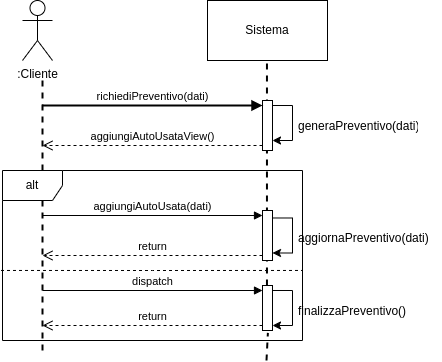
The draw.io diagram doc/preventivoSD.png in 446f6e6e79/ConfiguratoreAuto, before a commit. Source tidied: cells renumbered, new cells last; positions are measured from the earlier drawing's top-left corner, leaving out a move shared by most shapes.
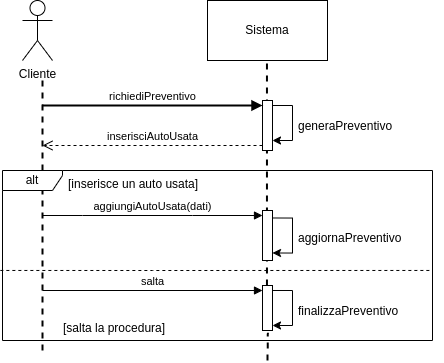
Above is the later version.

What changed in the source:
```diff
@@ -2,7 +2,7 @@
   <root>
     <mxCell id="0" />
     <mxCell id="1" parent="0" />
-    <mxCell id="2" value=":Cliente" style="shape=umlActor;verticalLabelPosition=bottom;verticalAlign=top;html=1;" parent="1" vertex="1">
+    <mxCell id="2" value="Cliente" style="shape=umlActor;verticalLabelPosition=bottom;verticalAlign=top;html=1;" parent="1" vertex="1">
       <mxGeometry x="20" width="30" height="60" as="geometry" />
     </mxCell>
     <mxCell id="3" value="Sistema" style="rounded=0;whiteSpace=wrap;html=1;" parent="1" vertex="1">
@@ -30,21 +30,21 @@
     <mxCell id="7" style="html=1;points=[[0,0,0,0,5],[0,1,0,0,-5],[1,0,0,0,5],[1,1,0,0,-5]];perimeter=orthogonalPerimeter;outlineConnect=0;targetShapes=umlLifeline;portConstraint=eastwest;newEdgeStyle={&quot;curved&quot;:0,&quot;rounded&quot;:0};" parent="1" vertex="1">
       <mxGeometry x="260" y="100" width="10" height="50" as="geometry" />
     </mxCell>
-    <mxCell id="8" value="richiediPreventivo(dati)" style="html=1;verticalAlign=bottom;endArrow=block;curved=0;rounded=0;entryX=0;entryY=0;entryDx=0;entryDy=5;strokeWidth=2;" parent="1" edge="1" target="7">
+    <mxCell id="8" value="richiediPreventivo" style="html=1;verticalAlign=bottom;endArrow=block;curved=0;rounded=0;entryX=0;entryY=0;entryDx=0;entryDy=5;strokeWidth=2;" parent="1" edge="1" target="7">
       <mxGeometry relative="1" as="geometry">
         <mxPoint x="40" y="105" as="sourcePoint" />
       </mxGeometry>
     </mxCell>
-    <mxCell id="9" value="aggiungiAutoUsataView()" style="html=1;verticalAlign=bottom;endArrow=open;dashed=1;endSize=8;curved=0;rounded=0;exitX=0;exitY=1;exitDx=0;exitDy=-5;" parent="1" edge="1" source="7">
+    <mxCell id="9" value="inserisciAutoUsata" style="html=1;verticalAlign=bottom;endArrow=open;dashed=1;endSize=8;curved=0;rounded=0;exitX=0;exitY=1;exitDx=0;exitDy=-5;" parent="1" edge="1" source="7">
       <mxGeometry relative="1" as="geometry">
         <mxPoint x="40" y="145" as="targetPoint" />
       </mxGeometry>
     </mxCell>
-    <mxCell id="10" value="generaPreventivo(dati)" style="text;strokeColor=none;fillColor=none;align=left;verticalAlign=top;spacingLeft=4;spacingRight=4;overflow=hidden;whiteSpace=wrap;html=1;" parent="1" vertex="1">
+    <mxCell id="10" value="generaPreventivo" style="text;strokeColor=none;fillColor=none;align=left;verticalAlign=top;spacingLeft=4;spacingRight=4;overflow=hidden;whiteSpace=wrap;html=1;" parent="1" vertex="1">
       <mxGeometry x="290" y="112" width="130" height="26" as="geometry" />
     </mxCell>
-    <mxCell id="11" value="alt" style="shape=umlFrame;whiteSpace=wrap;html=1;" parent="1" vertex="1">
-      <mxGeometry y="170" width="300" height="170" as="geometry" />
+    <mxCell id="11" value="alt" style="shape=umlFrame;whiteSpace=wrap;html=1;width=60;height=20;" parent="1" vertex="1">
+      <mxGeometry y="170" width="430" height="170" as="geometry" />
     </mxCell>
     <mxCell id="12" style="endArrow=none;dashed=1;html=1;rounded=0;exitX=-0.005;exitY=0.588;exitDx=0;exitDy=0;exitPerimeter=0;entryX=1;entryY=0.588;entryDx=0;entryDy=0;entryPerimeter=0;" parent="1" edge="1" source="11" target="11">
       <mxGeometry relative="1" as="geometry">
@@ -59,13 +59,12 @@
     <mxCell id="14" value="aggiungiAutoUsata(dati)" style="html=1;verticalAlign=bottom;endArrow=block;curved=0;rounded=0;entryX=0;entryY=0;entryDx=0;entryDy=5;" parent="1" edge="1" target="13">
       <mxGeometry relative="1" as="geometry">
         <mxPoint x="40" y="215" as="sourcePoint" />
+        <Array as="points">
+          <mxPoint x="80" y="215" />
+          <mxPoint x="190" y="215" />
+        </Array>
       </mxGeometry>
     </mxCell>
-    <mxCell id="15" value="return" style="html=1;verticalAlign=bottom;endArrow=open;dashed=1;endSize=8;curved=0;rounded=0;exitX=0;exitY=1;exitDx=0;exitDy=-5;" parent="1" edge="1" source="13">
-      <mxGeometry relative="1" as="geometry">
-        <mxPoint x="40" y="255" as="targetPoint" />
-      </mxGeometry>
-    </mxCell>
     <mxCell id="16" style="edgeStyle=orthogonalEdgeStyle;rounded=0;orthogonalLoop=1;jettySize=auto;html=1;curved=0;exitX=1;exitY=0;exitDx=0;exitDy=5;exitPerimeter=0;" parent="1" edge="1">
       <mxGeometry relative="1" as="geometry">
         <mxPoint x="270" y="217.5" as="sourcePoint" />
@@ -76,22 +75,17 @@
         </Array>
       </mxGeometry>
     </mxCell>
-    <mxCell id="17" value="aggiornaPreventivo(dati)" style="text;strokeColor=none;fillColor=none;align=left;verticalAlign=top;spacingLeft=4;spacingRight=4;overflow=hidden;whiteSpace=wrap;html=1;" parent="1" vertex="1">
+    <mxCell id="17" value="aggiornaPreventivo" style="text;strokeColor=none;fillColor=none;align=left;verticalAlign=top;spacingLeft=4;spacingRight=4;overflow=hidden;whiteSpace=wrap;html=1;" parent="1" vertex="1">
       <mxGeometry x="290" y="224.5" width="150" height="26" as="geometry" />
     </mxCell>
-    <mxCell id="18" value="dispatch" style="html=1;verticalAlign=bottom;endArrow=block;curved=0;rounded=0;entryX=0;entryY=0;entryDx=0;entryDy=5;" parent="1" edge="1" target="21">
+    <mxCell id="18" value="salta" style="html=1;verticalAlign=bottom;endArrow=block;curved=0;rounded=0;entryX=0;entryY=0;entryDx=0;entryDy=5;" parent="1" edge="1" target="21">
       <mxGeometry relative="1" as="geometry">
         <mxPoint x="40" y="290" as="sourcePoint" />
       </mxGeometry>
     </mxCell>
-    <mxCell id="19" value="return" style="html=1;verticalAlign=bottom;endArrow=open;dashed=1;endSize=8;curved=0;rounded=0;exitX=0;exitY=1;exitDx=0;exitDy=-5;" parent="1" edge="1" source="21">
-      <mxGeometry relative="1" as="geometry">
-        <mxPoint x="40" y="325" as="targetPoint" />
-      </mxGeometry>
-    </mxCell>
     <mxCell id="20" style="endArrow=none;dashed=1;html=1;rounded=0;strokeWidth=2;entryX=0.539;entryY=1.052;entryDx=0;entryDy=0;entryPerimeter=0;" parent="1" edge="1" target="21">
       <mxGeometry relative="1" as="geometry">
-        <mxPoint x="264" y="360" as="sourcePoint" />
+        <mxPoint x="265" y="360" as="sourcePoint" />
       </mxGeometry>
     </mxCell>
     <mxCell id="21" style="html=1;points=[[0,0,0,0,5],[0,1,0,0,-5],[1,0,0,0,5],[1,1,0,0,-5]];perimeter=orthogonalPerimeter;outlineConnect=0;targetShapes=umlLifeline;portConstraint=eastwest;newEdgeStyle={&quot;curved&quot;:0,&quot;rounded&quot;:0};" parent="1" vertex="1">
@@ -107,8 +101,14 @@
         </Array>
       </mxGeometry>
     </mxCell>
-    <mxCell id="23" value="finalizzaPreventivo()" style="text;strokeColor=none;fillColor=none;align=left;verticalAlign=top;spacingLeft=4;spacingRight=4;overflow=hidden;whiteSpace=wrap;html=1;" parent="1" vertex="1">
+    <mxCell id="23" value="finalizzaPreventivo" style="text;strokeColor=none;fillColor=none;align=left;verticalAlign=top;spacingLeft=4;spacingRight=4;overflow=hidden;whiteSpace=wrap;html=1;" parent="1" vertex="1">
       <mxGeometry x="290" y="297" width="150" height="26" as="geometry" />
     </mxCell>
+    <mxCell id="24" value="[inserisce un auto usata]" style="text;strokeColor=none;fillColor=none;align=left;verticalAlign=top;spacingLeft=4;spacingRight=4;overflow=hidden;whiteSpace=wrap;html=1;" parent="1" vertex="1">
+      <mxGeometry x="60" y="170" width="150" height="26" as="geometry" />
+    </mxCell>
+    <mxCell id="25" value="[salta la procedura]" style="text;strokeColor=none;fillColor=none;align=left;verticalAlign=top;spacingLeft=4;spacingRight=4;overflow=hidden;whiteSpace=wrap;html=1;" parent="1" vertex="1">
+      <mxGeometry x="55" y="314" width="150" height="26" as="geometry" />
+    </mxCell>
   </root>
 </mxGraphModel>
```
